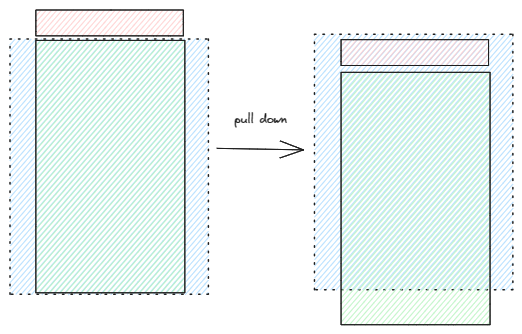
Before: blog/2024-02-28-pull-down/img/prinple.png, a diagram exported from Excalidraw (lijunlin2022/lijunlin2022.github.io). Source tidied: one line per element, renumbered; positions are measured from the earlier drawing's top-left corner, leaving out a move shared by most shapes. The source it was exported from:
```json
{"id": 0, "type": "rectangle", "strokeColor": "#1e1e1e", "backgroundColor": "#a5d8ff", "fillStyle": "hachure", "strokeWidth": 1, "strokeStyle": "dotted", "roughness": 0, "x": 0, "y": 29, "width": 198, "height": 255}
{"id": 1, "type": "rectangle", "strokeColor": "#1e1e1e", "backgroundColor": "#b2f2bb", "fillStyle": "hachure", "strokeWidth": 1, "roughness": 0, "x": 26, "y": 30, "width": 149, "height": 252}
{"id": 2, "type": "rectangle", "strokeColor": "#1e1e1e", "backgroundColor": "#ffc9c9", "fillStyle": "hachure", "strokeWidth": 1, "roughness": 0, "x": 26, "y": 0, "width": 147, "height": 26}
{"id": 3, "type": "rectangle", "strokeColor": "#1e1e1e", "backgroundColor": "#a5d8ff", "fillStyle": "hachure", "strokeWidth": 1, "strokeStyle": "dotted", "roughness": 0, "x": 304, "y": 24, "width": 198, "height": 255}
{"id": 4, "type": "rectangle", "strokeColor": "#1e1e1e", "backgroundColor": "#b2f2bb", "fillStyle": "hachure", "strokeWidth": 1, "roughness": 0, "x": 331, "y": 62, "width": 149, "height": 252}
{"id": 5, "type": "rectangle", "strokeColor": "#1e1e1e", "backgroundColor": "#ffc9c9", "fillStyle": "hachure", "strokeWidth": 1, "roughness": 0, "x": 331, "y": 30, "width": 147, "height": 26}
{"id": 6, "type": "arrow", "strokeColor": "#1e1e1e", "backgroundColor": "#ffc9c9", "fillStyle": "hachure", "strokeWidth": 1, "roughness": 0, "endArrowhead": "arrow", "from": 1, "to": 3, "x": 207, "y": 138, "width": 87, "height": 2, "points": [[0, 0], [87, 2]]}
{"id": 7, "type": "text", "text": "pull down", "strokeColor": "#1e1e1e", "backgroundColor": "#ffc9c9", "fillStyle": "hachure", "strokeWidth": 1, "roughness": 0, "fontSize": 12.21, "fontFamily": 1, "x": 224, "y": 103, "width": 52, "height": 15}
```
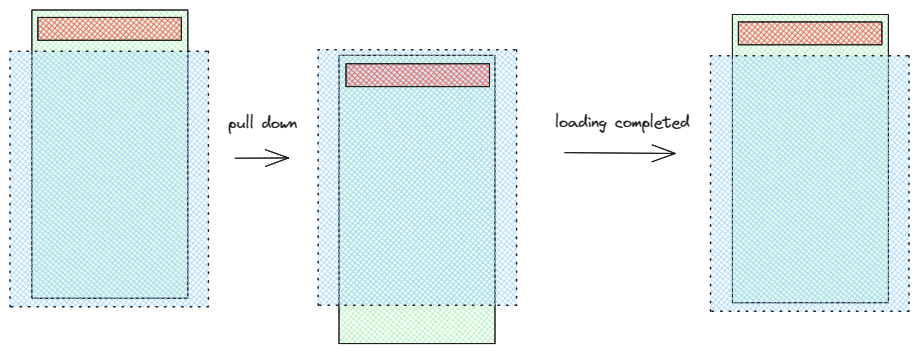
After the change.

Change to the diagram source:
```diff
@@ -1,8 +1,13 @@
+{"id": 1, "type": "rectangle", "strokeColor": "#1e1e1e", "backgroundColor": "#b2f2bb", "fillStyle": "cross-hatch", "strokeWidth": 1, "roughness": 0, "x": 22, "y": -8, "width": 156, "height": 288}
-{"id": 0, "type": "rectangle", "strokeColor": "#1e1e1e", "backgroundColor": "#a5d8ff", "fillStyle": "hachure", "strokeWidth": 1, "strokeStyle": "dotted", "roughness": 0, "x": 0, "y": 29, "width": 198, "height": 255}
+{"id": 0, "type": "rectangle", "strokeColor": "#1e1e1e", "backgroundColor": "#a5d8ff", "fillStyle": "cross-hatch", "strokeWidth": 1, "strokeStyle": "dotted", "roughness": 0, "x": 0, "y": 33, "width": 198, "height": 255}
-{"id": 1, "type": "rectangle", "strokeColor": "#1e1e1e", "backgroundColor": "#b2f2bb", "fillStyle": "hachure", "strokeWidth": 1, "roughness": 0, "x": 26, "y": 30, "width": 149, "height": 252}
-{"id": 2, "type": "rectangle", "strokeColor": "#1e1e1e", "backgroundColor": "#ffc9c9", "fillStyle": "hachure", "strokeWidth": 1, "roughness": 0, "x": 26, "y": 0, "width": 147, "height": 26}
+{"id": 2, "type": "rectangle", "strokeColor": "#1e1e1e", "backgroundColor": "#fa5252", "fillStyle": "cross-hatch", "strokeWidth": 1, "roughness": 0, "x": 28, "y": -1, "width": 143, "height": 23}
-{"id": 3, "type": "rectangle", "strokeColor": "#1e1e1e", "backgroundColor": "#a5d8ff", "fillStyle": "hachure", "strokeWidth": 1, "strokeStyle": "dotted", "roughness": 0, "x": 304, "y": 24, "width": 198, "height": 255}
-{"id": 4, "type": "rectangle", "strokeColor": "#1e1e1e", "backgroundColor": "#b2f2bb", "fillStyle": "hachure", "strokeWidth": 1, "roughness": 0, "x": 331, "y": 62, "width": 149, "height": 252}
-{"id": 5, "type": "rectangle", "strokeColor": "#1e1e1e", "backgroundColor": "#ffc9c9", "fillStyle": "hachure", "strokeWidth": 1, "roughness": 0, "x": 331, "y": 30, "width": 147, "height": 26}
-{"id": 6, "type": "arrow", "strokeColor": "#1e1e1e", "backgroundColor": "#ffc9c9", "fillStyle": "hachure", "strokeWidth": 1, "roughness": 0, "endArrowhead": "arrow", "from": 1, "to": 3, "x": 207, "y": 138, "width": 87, "height": 2, "points": [[0, 0], [87, 2]]}
+{"id": 6, "type": "arrow", "strokeColor": "#1e1e1e", "backgroundColor": "#ffc9c9", "fillStyle": "hachure", "strokeWidth": 1, "roughness": 0, "endArrowhead": "arrow", "to": 9, "x": 225, "y": 140, "width": 54, "height": 0, "points": [[0, 0], [54, 0]]}
-{"id": 7, "type": "text", "text": "pull down", "strokeColor": "#1e1e1e", "backgroundColor": "#ffc9c9", "fillStyle": "hachure", "strokeWidth": 1, "roughness": 0, "fontSize": 12.21, "fontFamily": 1, "x": 224, "y": 103, "width": 52, "height": 15}
+{"id": 7, "type": "text", "text": "pull down", "strokeColor": "#1e1e1e", "backgroundColor": "#ffc9c9", "fillStyle": "hachure", "strokeWidth": 1, "roughness": 0, "fontSize": 16, "fontFamily": 1, "x": 218, "y": 95, "width": 69, "height": 20}
+{"id": 8, "type": "rectangle", "strokeColor": "#1e1e1e", "backgroundColor": "#b2f2bb", "fillStyle": "cross-hatch", "strokeWidth": 1, "roughness": 0, "x": 329, "y": 37, "width": 156, "height": 288}
+{"id": 9, "type": "rectangle", "strokeColor": "#1e1e1e", "backgroundColor": "#a5d8ff", "fillStyle": "cross-hatch", "strokeWidth": 1, "strokeStyle": "dotted", "roughness": 0, "x": 308, "y": 31, "width": 198, "height": 255}
+{"id": 10, "type": "rectangle", "strokeColor": "#1e1e1e", "backgroundColor": "#fa5252", "fillStyle": "cross-hatch", "strokeWidth": 1, "roughness": 0, "x": 336, "y": 45, "width": 143, "height": 23}
+{"id": 11, "type": "rectangle", "strokeColor": "#1e1e1e", "backgroundColor": "#b2f2bb", "fillStyle": "cross-hatch", "strokeWidth": 1, "roughness": 0, "x": 722, "y": -4, "width": 156, "height": 288}
+{"id": 12, "type": "rectangle", "strokeColor": "#1e1e1e", "backgroundColor": "#a5d8ff", "fillStyle": "cross-hatch", "strokeWidth": 1, "strokeStyle": "dotted", "roughness": 0, "x": 701, "y": 37, "width": 198, "height": 255}
+{"id": 13, "type": "rectangle", "strokeColor": "#1e1e1e", "backgroundColor": "#fa5252", "fillStyle": "cross-hatch", "strokeWidth": 1, "roughness": 0, "x": 728, "y": 3, "width": 143, "height": 23}
+{"id": 14, "type": "text", "text": "loading completed", "strokeColor": "#1e1e1e", "backgroundColor": "#fa5252", "fillStyle": "cross-hatch", "strokeWidth": 1, "roughness": 0, "fontSize": 16, "fontFamily": 1, "x": 545, "y": 95, "width": 135, "height": 20}
+{"id": 15, "type": "arrow", "strokeColor": "#1e1e1e", "backgroundColor": "#ffc9c9", "fillStyle": "hachure", "strokeWidth": 1, "roughness": 0, "endArrowhead": "arrow", "x": 555, "y": 134, "width": 111, "height": 1, "points": [[0, 0], [111, 1]]}
```
